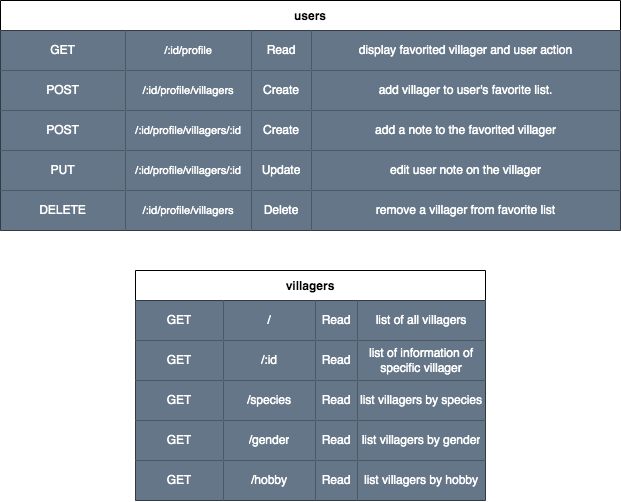
Earlier version of the draw.io export restful-route.drawio.png (PvrkFvmily/project-2). Source tidied: cells renumbered, new cells last; positions are measured from the earlier drawing's top-left corner, leaving out a move shared by most shapes.
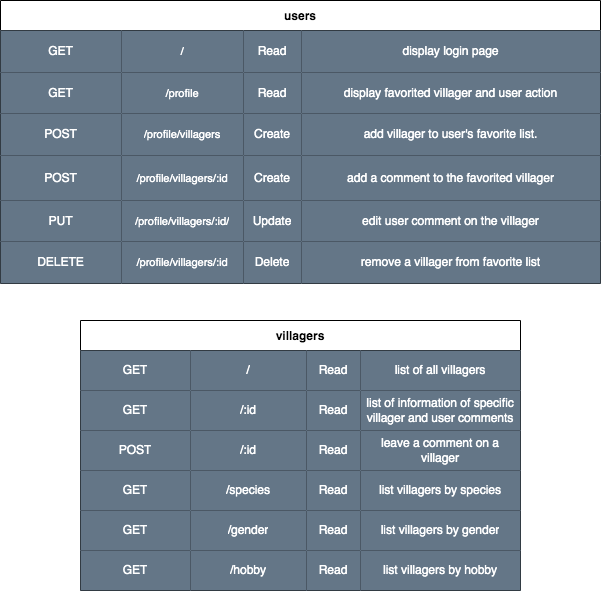
Above is the later version.

Commit message:
edited erd, restful, and readme for approval

What changed in the source:
```diff
@@ -3,160 +3,190 @@
     <mxCell id="0" />
     <mxCell id="1" parent="0" />
     <mxCell id="2" value="users" style="shape=table;startSize=30;fontStyle=1;align=center;" parent="1" vertex="1">
-      <mxGeometry width="620" height="230" as="geometry" />
+      <mxGeometry x="10" y="-40" width="600" height="283" as="geometry" />
     </mxCell>
+    <mxCell id="54" style="shape=partialRectangle;html=1;whiteSpace=wrap;fillColor=none;top=0;left=0;bottom=0;right=0;" parent="2" vertex="1">
+      <mxGeometry y="30" width="600" height="42" as="geometry" />
+    </mxCell>
+    <mxCell id="55" value="GET" style="shape=partialRectangle;html=1;whiteSpace=wrap;fillColor=#647687;top=0;left=0;bottom=0;right=0;overflow=hidden;fontColor=#ffffff;strokeColor=#FFFFFF;" parent="54" vertex="1">
+      <mxGeometry width="121" height="42" as="geometry" />
+    </mxCell>
+    <mxCell id="56" value="/" style="shape=partialRectangle;html=1;whiteSpace=wrap;fillColor=#647687;top=0;left=0;bottom=0;right=0;overflow=hidden;fontSize=11;fontColor=#ffffff;strokeColor=#FFFFFF;" parent="54" vertex="1">
+      <mxGeometry x="121" width="122" height="42" as="geometry" />
+    </mxCell>
+    <mxCell id="57" value="Read" style="shape=partialRectangle;html=1;whiteSpace=wrap;fillColor=#647687;top=0;left=0;bottom=0;right=0;overflow=hidden;fontColor=#ffffff;strokeColor=#FFFFFF;" parent="54" vertex="1">
+      <mxGeometry x="243" width="58" height="42" as="geometry" />
+    </mxCell>
+    <mxCell id="58" value="display login page" style="shape=partialRectangle;html=1;whiteSpace=wrap;fillColor=#647687;top=0;left=0;bottom=0;right=0;overflow=hidden;fontColor=#ffffff;strokeColor=#FFFFFF;" parent="54" vertex="1">
+      <mxGeometry x="301" width="299" height="42" as="geometry" />
+    </mxCell>
     <mxCell id="3" style="shape=partialRectangle;html=1;whiteSpace=wrap;fillColor=none;top=0;left=0;bottom=0;right=0;" parent="2" vertex="1">
-      <mxGeometry y="30" width="620" height="40" as="geometry" />
+      <mxGeometry y="72" width="600" height="41" as="geometry" />
     </mxCell>
     <mxCell id="4" value="GET" style="shape=partialRectangle;html=1;whiteSpace=wrap;fillColor=#647687;top=0;left=0;bottom=0;right=0;overflow=hidden;fontColor=#ffffff;strokeColor=#FFFFFF;" parent="3" vertex="1">
-      <mxGeometry width="125" height="40" as="geometry" />
+      <mxGeometry width="121" height="41" as="geometry" />
     </mxCell>
-    <mxCell id="5" value="/:id/profile" style="shape=partialRectangle;html=1;whiteSpace=wrap;fillColor=#647687;top=0;left=0;bottom=0;right=0;overflow=hidden;fontSize=11;fontColor=#ffffff;strokeColor=#FFFFFF;" parent="3" vertex="1">
-      <mxGeometry x="125" width="126" height="40" as="geometry" />
+    <mxCell id="5" value="/profile" style="shape=partialRectangle;html=1;whiteSpace=wrap;fillColor=#647687;top=0;left=0;bottom=0;right=0;overflow=hidden;fontSize=11;fontColor=#ffffff;strokeColor=#FFFFFF;" parent="3" vertex="1">
+      <mxGeometry x="121" width="122" height="41" as="geometry" />
     </mxCell>
     <mxCell id="6" value="Read" style="shape=partialRectangle;html=1;whiteSpace=wrap;fillColor=#647687;top=0;left=0;bottom=0;right=0;overflow=hidden;fontColor=#ffffff;strokeColor=#FFFFFF;" parent="3" vertex="1">
-      <mxGeometry x="251" width="60" height="40" as="geometry" />
+      <mxGeometry x="243" width="58" height="41" as="geometry" />
     </mxCell>
     <mxCell id="7" value="display favorited villager and user action" style="shape=partialRectangle;html=1;whiteSpace=wrap;fillColor=#647687;top=0;left=0;bottom=0;right=0;overflow=hidden;fontColor=#ffffff;strokeColor=#FFFFFF;" parent="3" vertex="1">
-      <mxGeometry x="311" width="309" height="40" as="geometry" />
+      <mxGeometry x="301" width="299" height="41" as="geometry" />
     </mxCell>
     <mxCell id="8" style="shape=partialRectangle;html=1;whiteSpace=wrap;fillColor=none;top=0;left=0;bottom=0;right=0;" parent="2" vertex="1">
-      <mxGeometry y="70" width="620" height="40" as="geometry" />
+      <mxGeometry y="113" width="600" height="42" as="geometry" />
     </mxCell>
     <mxCell id="9" value="POST" style="shape=partialRectangle;html=1;whiteSpace=wrap;fillColor=#647687;top=0;left=0;bottom=0;right=0;overflow=hidden;fontColor=#ffffff;strokeColor=#FFFFFF;" parent="8" vertex="1">
-      <mxGeometry width="125" height="40" as="geometry" />
+      <mxGeometry width="121" height="42" as="geometry" />
     </mxCell>
-    <mxCell id="10" value="/:id/profile/villagers" style="shape=partialRectangle;html=1;whiteSpace=wrap;fillColor=#647687;top=0;left=0;bottom=0;right=0;overflow=hidden;fontSize=11;fontColor=#ffffff;strokeColor=#FFFFFF;" parent="8" vertex="1">
-      <mxGeometry x="125" width="126" height="40" as="geometry" />
+    <mxCell id="10" value="/profile/villagers" style="shape=partialRectangle;html=1;whiteSpace=wrap;fillColor=#647687;top=0;left=0;bottom=0;right=0;overflow=hidden;fontSize=11;fontColor=#ffffff;strokeColor=#FFFFFF;" parent="8" vertex="1">
+      <mxGeometry x="121" width="122" height="42" as="geometry" />
     </mxCell>
     <mxCell id="11" value="Create" style="shape=partialRectangle;html=1;whiteSpace=wrap;fillColor=#647687;top=0;left=0;bottom=0;right=0;overflow=hidden;fontColor=#ffffff;strokeColor=#FFFFFF;" parent="8" vertex="1">
-      <mxGeometry x="251" width="60" height="40" as="geometry" />
+      <mxGeometry x="243" width="58" height="42" as="geometry" />
     </mxCell>
     <mxCell id="12" value="add villager to user's favorite list." style="shape=partialRectangle;html=1;whiteSpace=wrap;fillColor=#647687;top=0;left=0;bottom=0;right=0;overflow=hidden;fontColor=#ffffff;strokeColor=#FFFFFF;" parent="8" vertex="1">
-      <mxGeometry x="311" width="309" height="40" as="geometry" />
+      <mxGeometry x="301" width="299" height="42" as="geometry" />
     </mxCell>
     <mxCell id="13" style="shape=partialRectangle;html=1;whiteSpace=wrap;fillColor=none;top=0;left=0;bottom=0;right=0;" parent="2" vertex="1">
-      <mxGeometry y="110" width="620" height="40" as="geometry" />
+      <mxGeometry y="155" width="600" height="45" as="geometry" />
     </mxCell>
     <mxCell id="14" value="POST" style="shape=partialRectangle;html=1;whiteSpace=wrap;fillColor=#647687;top=0;left=0;bottom=0;right=0;overflow=hidden;fontColor=#ffffff;strokeColor=#FFFFFF;" parent="13" vertex="1">
-      <mxGeometry width="125" height="40" as="geometry" />
+      <mxGeometry width="121" height="45" as="geometry" />
     </mxCell>
-    <mxCell id="15" value="/:id/profile/villagers/:id" style="shape=partialRectangle;html=1;whiteSpace=wrap;fillColor=#647687;top=0;left=0;bottom=0;right=0;overflow=hidden;fontSize=11;fontColor=#ffffff;strokeColor=#FFFFFF;" parent="13" vertex="1">
-      <mxGeometry x="125" width="126" height="40" as="geometry" />
+    <mxCell id="15" value="/profile/villagers/:id" style="shape=partialRectangle;html=1;whiteSpace=wrap;fillColor=#647687;top=0;left=0;bottom=0;right=0;overflow=hidden;fontSize=11;fontColor=#ffffff;strokeColor=#FFFFFF;" parent="13" vertex="1">
+      <mxGeometry x="121" width="122" height="45" as="geometry" />
     </mxCell>
     <mxCell id="16" value="Create" style="shape=partialRectangle;html=1;whiteSpace=wrap;fillColor=#647687;top=0;left=0;bottom=0;right=0;overflow=hidden;fontColor=#ffffff;strokeColor=#FFFFFF;" parent="13" vertex="1">
-      <mxGeometry x="251" width="60" height="40" as="geometry" />
+      <mxGeometry x="243" width="58" height="45" as="geometry" />
     </mxCell>
-    <mxCell id="17" value="add a note to the favorited villager" style="shape=partialRectangle;html=1;whiteSpace=wrap;fillColor=#647687;top=0;left=0;bottom=0;right=0;overflow=hidden;fontColor=#ffffff;strokeColor=#FFFFFF;" parent="13" vertex="1">
-      <mxGeometry x="311" width="309" height="40" as="geometry" />
+    <mxCell id="17" value="add a comment to the favorited villager" style="shape=partialRectangle;html=1;whiteSpace=wrap;fillColor=#647687;top=0;left=0;bottom=0;right=0;overflow=hidden;fontColor=#ffffff;strokeColor=#FFFFFF;" parent="13" vertex="1">
+      <mxGeometry x="301" width="299" height="45" as="geometry" />
     </mxCell>
     <mxCell id="18" style="shape=partialRectangle;html=1;whiteSpace=wrap;fillColor=none;top=0;left=0;bottom=0;right=0;" parent="2" vertex="1">
-      <mxGeometry y="150" width="620" height="40" as="geometry" />
+      <mxGeometry y="200" width="600" height="41" as="geometry" />
     </mxCell>
     <mxCell id="19" value="PUT" style="shape=partialRectangle;html=1;whiteSpace=wrap;fillColor=#647687;top=0;left=0;bottom=0;right=0;overflow=hidden;fontColor=#ffffff;strokeColor=#FFFFFF;" parent="18" vertex="1">
-      <mxGeometry width="125" height="40" as="geometry" />
+      <mxGeometry width="121" height="41" as="geometry" />
     </mxCell>
-    <mxCell id="20" value="/:id/profile/villagers/:id" style="shape=partialRectangle;html=1;whiteSpace=wrap;fillColor=#647687;top=0;left=0;bottom=0;right=0;overflow=hidden;fontSize=11;fontColor=#ffffff;strokeColor=#FFFFFF;" parent="18" vertex="1">
-      <mxGeometry x="125" width="126" height="40" as="geometry" />
+    <mxCell id="20" value="/profile/villagers/:id/" style="shape=partialRectangle;html=1;whiteSpace=wrap;fillColor=#647687;top=0;left=0;bottom=0;right=0;overflow=hidden;fontSize=11;fontColor=#ffffff;strokeColor=#FFFFFF;" parent="18" vertex="1">
+      <mxGeometry x="121" width="122" height="41" as="geometry" />
     </mxCell>
     <mxCell id="21" value="Update" style="shape=partialRectangle;html=1;whiteSpace=wrap;fillColor=#647687;top=0;left=0;bottom=0;right=0;overflow=hidden;fontColor=#ffffff;strokeColor=#FFFFFF;" parent="18" vertex="1">
-      <mxGeometry x="251" width="60" height="40" as="geometry" />
+      <mxGeometry x="243" width="58" height="41" as="geometry" />
     </mxCell>
-    <mxCell id="22" value="edit user note on the villager" style="shape=partialRectangle;html=1;whiteSpace=wrap;fillColor=#647687;top=0;left=0;bottom=0;right=0;overflow=hidden;fontColor=#ffffff;strokeColor=#FFFFFF;" parent="18" vertex="1">
-      <mxGeometry x="311" width="309" height="40" as="geometry" />
+    <mxCell id="22" value="edit user comment on the villager" style="shape=partialRectangle;html=1;whiteSpace=wrap;fillColor=#647687;top=0;left=0;bottom=0;right=0;overflow=hidden;fontColor=#ffffff;strokeColor=#FFFFFF;" parent="18" vertex="1">
+      <mxGeometry x="301" width="299" height="41" as="geometry" />
     </mxCell>
     <mxCell id="23" style="shape=partialRectangle;html=1;whiteSpace=wrap;fillColor=none;top=0;left=0;bottom=0;right=0;" parent="2" vertex="1">
-      <mxGeometry y="190" width="620" height="40" as="geometry" />
+      <mxGeometry y="241" width="600" height="42" as="geometry" />
     </mxCell>
     <mxCell id="24" value="DELETE" style="shape=partialRectangle;html=1;whiteSpace=wrap;fillColor=#647687;top=0;left=0;bottom=0;right=0;overflow=hidden;fontColor=#ffffff;strokeColor=#FFFFFF;" parent="23" vertex="1">
-      <mxGeometry width="125" height="40" as="geometry" />
+      <mxGeometry width="121" height="42" as="geometry" />
     </mxCell>
-    <mxCell id="25" value="/:id/profile/villagers" style="shape=partialRectangle;html=1;whiteSpace=wrap;fillColor=#647687;top=0;left=0;bottom=0;right=0;overflow=hidden;fontSize=11;fontColor=#ffffff;strokeColor=#FFFFFF;" parent="23" vertex="1">
-      <mxGeometry x="125" width="126" height="40" as="geometry" />
+    <mxCell id="25" value="/profile/villagers/:id" style="shape=partialRectangle;html=1;whiteSpace=wrap;fillColor=#647687;top=0;left=0;bottom=0;right=0;overflow=hidden;fontSize=11;fontColor=#ffffff;strokeColor=#FFFFFF;" parent="23" vertex="1">
+      <mxGeometry x="121" width="122" height="42" as="geometry" />
     </mxCell>
     <mxCell id="26" value="Delete" style="shape=partialRectangle;html=1;whiteSpace=wrap;fillColor=#647687;top=0;left=0;bottom=0;right=0;overflow=hidden;fontColor=#ffffff;strokeColor=#FFFFFF;" parent="23" vertex="1">
-      <mxGeometry x="251" width="60" height="40" as="geometry" />
+      <mxGeometry x="243" width="58" height="42" as="geometry" />
     </mxCell>
     <mxCell id="27" value="remove a villager from favorite list" style="shape=partialRectangle;html=1;whiteSpace=wrap;fillColor=#647687;top=0;left=0;bottom=0;right=0;overflow=hidden;fontColor=#ffffff;strokeColor=#FFFFFF;" parent="23" vertex="1">
-      <mxGeometry x="311" width="309" height="40" as="geometry" />
+      <mxGeometry x="301" width="299" height="42" as="geometry" />
     </mxCell>
     <mxCell id="28" value="villagers" style="shape=table;startSize=30;fontStyle=1;align=center;" parent="1" vertex="1">
-      <mxGeometry x="135" y="270" width="350" height="230" as="geometry" />
+      <mxGeometry x="90" y="280" width="440" height="270" as="geometry" />
     </mxCell>
     <mxCell id="29" style="shape=partialRectangle;html=1;whiteSpace=wrap;fillColor=none;top=0;left=0;bottom=0;right=0;" parent="28" vertex="1">
-      <mxGeometry y="30" width="350" height="40" as="geometry" />
+      <mxGeometry y="30" width="440" height="40" as="geometry" />
     </mxCell>
     <mxCell id="30" value="GET" style="shape=partialRectangle;html=1;whiteSpace=wrap;fillColor=#647687;top=0;left=0;bottom=0;right=0;overflow=hidden;strokeColor=#314354;fontColor=#ffffff;strokeWidth=2;" parent="29" vertex="1">
-      <mxGeometry width="88" height="40" as="geometry" />
+      <mxGeometry width="110" height="40" as="geometry" />
     </mxCell>
     <mxCell id="31" value="/" style="shape=partialRectangle;html=1;whiteSpace=wrap;fillColor=#647687;top=0;left=0;bottom=0;right=0;overflow=hidden;strokeColor=#314354;fontColor=#ffffff;strokeWidth=2;" parent="29" vertex="1">
-      <mxGeometry x="88" width="92" height="40" as="geometry" />
+      <mxGeometry x="110" width="116" height="40" as="geometry" />
     </mxCell>
     <mxCell id="32" value="Read" style="shape=partialRectangle;html=1;whiteSpace=wrap;fillColor=#647687;top=0;left=0;bottom=0;right=0;overflow=hidden;strokeColor=#314354;fontColor=#ffffff;strokeWidth=2;" parent="29" vertex="1">
-      <mxGeometry x="180" width="42" height="40" as="geometry" />
+      <mxGeometry x="226" width="54" height="40" as="geometry" />
     </mxCell>
     <mxCell id="33" value="list of all villagers" style="shape=partialRectangle;html=1;whiteSpace=wrap;fillColor=#647687;top=0;left=0;bottom=0;right=0;overflow=hidden;strokeColor=#314354;fontColor=#ffffff;strokeWidth=2;" parent="29" vertex="1">
-      <mxGeometry x="222" width="128" height="40" as="geometry" />
+      <mxGeometry x="280" width="160" height="40" as="geometry" />
     </mxCell>
     <mxCell id="34" style="shape=partialRectangle;html=1;whiteSpace=wrap;fillColor=none;top=0;left=0;bottom=0;right=0;" parent="28" vertex="1">
-      <mxGeometry y="70" width="350" height="40" as="geometry" />
+      <mxGeometry y="70" width="440" height="40" as="geometry" />
     </mxCell>
     <mxCell id="35" value="GET" style="shape=partialRectangle;html=1;whiteSpace=wrap;fillColor=#647687;top=0;left=0;bottom=0;right=0;overflow=hidden;strokeColor=#314354;fontColor=#ffffff;strokeWidth=2;" parent="34" vertex="1">
-      <mxGeometry width="88" height="40" as="geometry" />
+      <mxGeometry width="110" height="40" as="geometry" />
     </mxCell>
     <mxCell id="36" value="/:id" style="shape=partialRectangle;html=1;whiteSpace=wrap;fillColor=#647687;top=0;left=0;bottom=0;right=0;overflow=hidden;strokeColor=#314354;fontColor=#ffffff;strokeWidth=2;" parent="34" vertex="1">
-      <mxGeometry x="88" width="92" height="40" as="geometry" />
+      <mxGeometry x="110" width="116" height="40" as="geometry" />
     </mxCell>
     <mxCell id="37" value="Read" style="shape=partialRectangle;html=1;whiteSpace=wrap;fillColor=#647687;top=0;left=0;bottom=0;right=0;overflow=hidden;strokeColor=#314354;fontColor=#ffffff;strokeWidth=2;" parent="34" vertex="1">
-      <mxGeometry x="180" width="42" height="40" as="geometry" />
+      <mxGeometry x="226" width="54" height="40" as="geometry" />
     </mxCell>
-    <mxCell id="38" value="list of information of specific villager" style="shape=partialRectangle;html=1;whiteSpace=wrap;fillColor=#647687;top=0;left=0;bottom=0;right=0;overflow=hidden;strokeColor=#314354;fontColor=#ffffff;strokeWidth=2;" parent="34" vertex="1">
-      <mxGeometry x="222" width="128" height="40" as="geometry" />
+    <mxCell id="38" value="list of information of specific villager and user comments" style="shape=partialRectangle;html=1;whiteSpace=wrap;fillColor=#647687;top=0;left=0;bottom=0;right=0;overflow=hidden;strokeColor=#314354;fontColor=#ffffff;strokeWidth=2;" parent="34" vertex="1">
+      <mxGeometry x="280" width="160" height="40" as="geometry" />
     </mxCell>
+    <mxCell id="59" style="shape=partialRectangle;html=1;whiteSpace=wrap;fillColor=none;top=0;left=0;bottom=0;right=0;" parent="28" vertex="1">
+      <mxGeometry y="110" width="440" height="40" as="geometry" />
+    </mxCell>
+    <mxCell id="60" value="POST" style="shape=partialRectangle;html=1;whiteSpace=wrap;fillColor=#647687;top=0;left=0;bottom=0;right=0;overflow=hidden;strokeColor=#314354;fontColor=#ffffff;strokeWidth=2;" parent="59" vertex="1">
+      <mxGeometry width="110" height="40" as="geometry" />
+    </mxCell>
+    <mxCell id="61" value="/:id" style="shape=partialRectangle;html=1;whiteSpace=wrap;fillColor=#647687;top=0;left=0;bottom=0;right=0;overflow=hidden;strokeColor=#314354;fontColor=#ffffff;strokeWidth=2;" parent="59" vertex="1">
+      <mxGeometry x="110" width="116" height="40" as="geometry" />
+    </mxCell>
+    <mxCell id="62" value="Read" style="shape=partialRectangle;html=1;whiteSpace=wrap;fillColor=#647687;top=0;left=0;bottom=0;right=0;overflow=hidden;strokeColor=#314354;fontColor=#ffffff;strokeWidth=2;" parent="59" vertex="1">
+      <mxGeometry x="226" width="54" height="40" as="geometry" />
+    </mxCell>
+    <mxCell id="63" value="leave a comment on a villager" style="shape=partialRectangle;html=1;whiteSpace=wrap;fillColor=#647687;top=0;left=0;bottom=0;right=0;overflow=hidden;strokeColor=#314354;fontColor=#ffffff;strokeWidth=2;" parent="59" vertex="1">
+      <mxGeometry x="280" width="160" height="40" as="geometry" />
+    </mxCell>
     <mxCell id="39" style="shape=partialRectangle;html=1;whiteSpace=wrap;fillColor=none;top=0;left=0;bottom=0;right=0;" parent="28" vertex="1">
-      <mxGeometry y="110" width="350" height="40" as="geometry" />
+      <mxGeometry y="150" width="440" height="40" as="geometry" />
     </mxCell>
     <mxCell id="40" value="GET" style="shape=partialRectangle;html=1;whiteSpace=wrap;fillColor=#647687;top=0;left=0;bottom=0;right=0;overflow=hidden;strokeColor=#314354;fontColor=#ffffff;strokeWidth=2;" parent="39" vertex="1">
-      <mxGeometry width="88" height="40" as="geometry" />
+      <mxGeometry width="110" height="40" as="geometry" />
     </mxCell>
     <mxCell id="41" value="/species" style="shape=partialRectangle;html=1;whiteSpace=wrap;fillColor=#647687;top=0;left=0;bottom=0;right=0;overflow=hidden;strokeColor=#314354;fontColor=#ffffff;strokeWidth=2;" parent="39" vertex="1">
-      <mxGeometry x="88" width="92" height="40" as="geometry" />
+      <mxGeometry x="110" width="116" height="40" as="geometry" />
     </mxCell>
     <mxCell id="42" value="Read" style="shape=partialRectangle;html=1;whiteSpace=wrap;fillColor=#647687;top=0;left=0;bottom=0;right=0;overflow=hidden;strokeColor=#314354;fontColor=#ffffff;strokeWidth=2;" parent="39" vertex="1">
-      <mxGeometry x="180" width="42" height="40" as="geometry" />
+      <mxGeometry x="226" width="54" height="40" as="geometry" />
     </mxCell>
     <mxCell id="43" value="list villagers by species" style="shape=partialRectangle;html=1;whiteSpace=wrap;fillColor=#647687;top=0;left=0;bottom=0;right=0;overflow=hidden;strokeColor=#314354;fontColor=#ffffff;strokeWidth=2;" parent="39" vertex="1">
-      <mxGeometry x="222" width="128" height="40" as="geometry" />
+      <mxGeometry x="280" width="160" height="40" as="geometry" />
     </mxCell>
     <mxCell id="44" style="shape=partialRectangle;html=1;whiteSpace=wrap;fillColor=none;top=0;left=0;bottom=0;right=0;" parent="28" vertex="1">
-      <mxGeometry y="150" width="350" height="40" as="geometry" />
+      <mxGeometry y="190" width="440" height="40" as="geometry" />
     </mxCell>
     <mxCell id="45" value="GET" style="shape=partialRectangle;html=1;whiteSpace=wrap;fillColor=#647687;top=0;left=0;bottom=0;right=0;overflow=hidden;strokeColor=#314354;fontColor=#ffffff;strokeWidth=2;" parent="44" vertex="1">
-      <mxGeometry width="88" height="40" as="geometry" />
+      <mxGeometry width="110" height="40" as="geometry" />
     </mxCell>
     <mxCell id="46" value="/gender" style="shape=partialRectangle;html=1;whiteSpace=wrap;fillColor=#647687;top=0;left=0;bottom=0;right=0;overflow=hidden;strokeColor=#314354;fontColor=#ffffff;strokeWidth=2;" parent="44" vertex="1">
-      <mxGeometry x="88" width="92" height="40" as="geometry" />
+      <mxGeometry x="110" width="116" height="40" as="geometry" />
     </mxCell>
     <mxCell id="47" value="Read" style="shape=partialRectangle;html=1;whiteSpace=wrap;fillColor=#647687;top=0;left=0;bottom=0;right=0;overflow=hidden;strokeColor=#314354;fontColor=#ffffff;strokeWidth=2;" parent="44" vertex="1">
-      <mxGeometry x="180" width="42" height="40" as="geometry" />
+      <mxGeometry x="226" width="54" height="40" as="geometry" />
     </mxCell>
     <mxCell id="48" value="list villagers by gender" style="shape=partialRectangle;html=1;whiteSpace=wrap;fillColor=#647687;top=0;left=0;bottom=0;right=0;overflow=hidden;strokeColor=#314354;fontColor=#ffffff;strokeWidth=2;" parent="44" vertex="1">
-      <mxGeometry x="222" width="128" height="40" as="geometry" />
+      <mxGeometry x="280" width="160" height="40" as="geometry" />
     </mxCell>
     <mxCell id="49" style="shape=partialRectangle;html=1;whiteSpace=wrap;fillColor=none;top=0;left=0;bottom=0;right=0;" parent="28" vertex="1">
-      <mxGeometry y="190" width="350" height="40" as="geometry" />
+      <mxGeometry y="230" width="440" height="40" as="geometry" />
     </mxCell>
     <mxCell id="50" value="GET" style="shape=partialRectangle;html=1;whiteSpace=wrap;fillColor=#647687;top=0;left=0;bottom=0;right=0;overflow=hidden;strokeColor=#314354;fontColor=#ffffff;strokeWidth=2;" parent="49" vertex="1">
-      <mxGeometry width="88" height="40" as="geometry" />
+      <mxGeometry width="110" height="40" as="geometry" />
     </mxCell>
     <mxCell id="51" value="/hobby" style="shape=partialRectangle;html=1;whiteSpace=wrap;fillColor=#647687;top=0;left=0;bottom=0;right=0;overflow=hidden;strokeColor=#314354;fontColor=#ffffff;strokeWidth=2;" parent="49" vertex="1">
-      <mxGeometry x="88" width="92" height="40" as="geometry" />
+      <mxGeometry x="110" width="116" height="40" as="geometry" />
     </mxCell>
     <mxCell id="52" value="Read" style="shape=partialRectangle;html=1;whiteSpace=wrap;fillColor=#647687;top=0;left=0;bottom=0;right=0;overflow=hidden;strokeColor=#314354;fontColor=#ffffff;strokeWidth=2;" parent="49" vertex="1">
-      <mxGeometry x="180" width="42" height="40" as="geometry" />
+      <mxGeometry x="226" width="54" height="40" as="geometry" />
     </mxCell>
     <mxCell id="53" value="list villagers by hobby" style="shape=partialRectangle;html=1;whiteSpace=wrap;fillColor=#647687;top=0;left=0;bottom=0;right=0;overflow=hidden;strokeColor=#314354;fontColor=#ffffff;strokeWidth=2;" parent="49" vertex="1">
-      <mxGeometry x="222" width="128" height="40" as="geometry" />
+      <mxGeometry x="280" width="160" height="40" as="geometry" />
     </mxCell>
   </root>
 </mxGraphModel>
```
